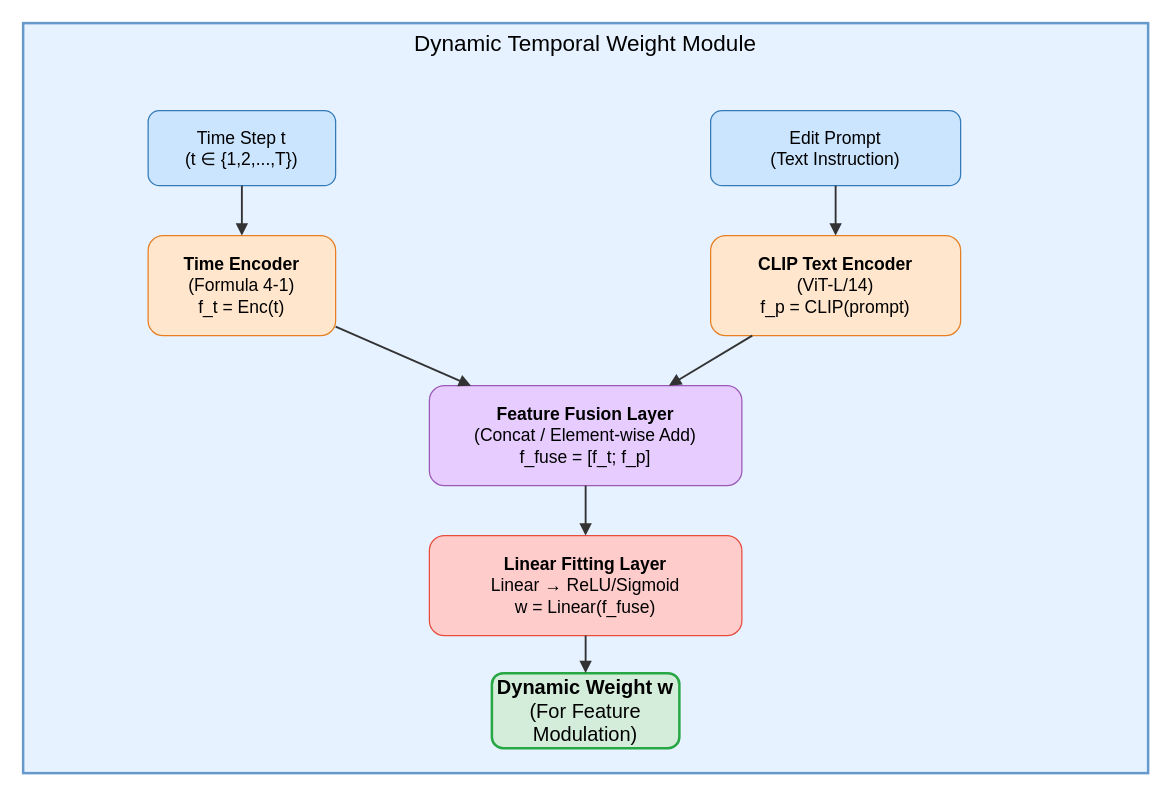
This is drawio/动态时序权重模块.drawio from Sinon0919/SwartArt, a draw.io file, before an edit. Source tidied: cells renumbered, new cells numbered last; positions are measured from the earlier drawing's top-left corner, leaving out a move shared by most shapes. Both pictures are drawn from the tidied source at 125%, with x=0, y=0 at pixel (22, 22).
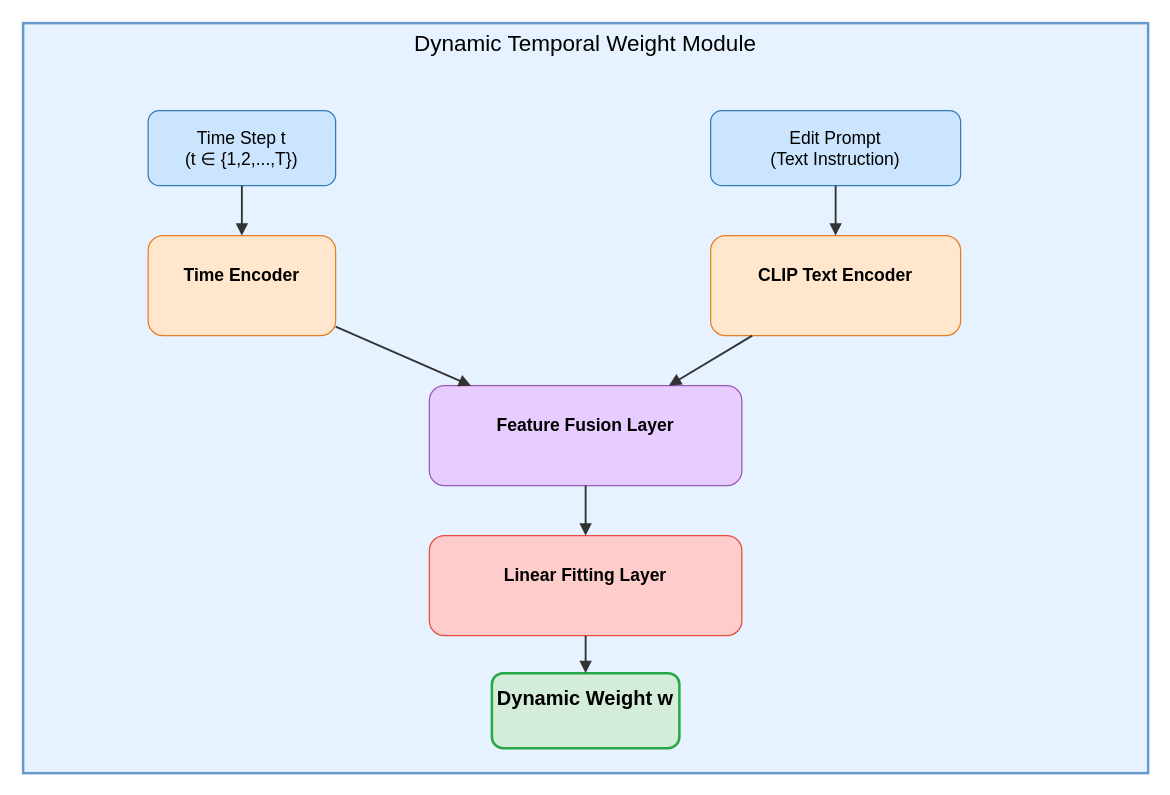
After the change.

Commit message:
更新动态时序权重模块.drawio

What changed in the source:
```diff
@@
 <mxGraphModel>
   <root>
     <mxCell id="0" />
     <mxCell id="1" parent="0" />
     <mxCell id="2" value="Dynamic Temporal Weight Module" style="rounded=0;whiteSpace=wrap;html=1;fillColor=#e6f2ff;strokeColor=#6699cc;strokeWidth=2;align=center;verticalAlign=top;fontSize=18;fontFamily=Arial;" parent="1" vertex="1">
       <mxGeometry width="900" height="600" as="geometry" />
     </mxCell>
     <mxCell id="3" value="Time Step t&lt;br&gt;(t ∈ {1,2,...,T})" style="rounded=1;whiteSpace=wrap;html=1;fillColor=#cce5ff;strokeColor=#337ab7;strokeWidth=1;align=center;verticalAlign=middle;fontSize=14;" parent="1" vertex="1">
       <mxGeometry x="100" y="70" width="150" height="60" as="geometry" />
     </mxCell>
     <mxCell id="4" value="Edit Prompt&lt;br&gt;(Text Instruction)" style="rounded=1;whiteSpace=wrap;html=1;fillColor=#cce5ff;strokeColor=#337ab7;strokeWidth=1;align=center;verticalAlign=middle;fontSize=14;" parent="1" vertex="1">
       <mxGeometry x="550" y="70" width="200" height="60" as="geometry" />
     </mxCell>
-    <mxCell id="5" value="&lt;b&gt;Time Encoder&lt;/b&gt;&lt;br&gt;(Formula 4-1)&lt;br&gt;f_t = Enc(t)" style="rounded=1;whiteSpace=wrap;html=1;fillColor=#ffe6cc;strokeColor=#e67e22;strokeWidth=1;align=center;verticalAlign=middle;fontSize=14;" parent="1" vertex="1">
+    <mxCell id="5" value="&lt;b&gt;Time Encoder&lt;/b&gt;&lt;div&gt;&lt;br/&gt;&lt;/div&gt;" style="rounded=1;whiteSpace=wrap;html=1;fillColor=#ffe6cc;strokeColor=#e67e22;strokeWidth=1;align=center;verticalAlign=middle;fontSize=14;" parent="1" vertex="1">
       <mxGeometry x="100" y="170" width="150" height="80" as="geometry" />
     </mxCell>
-    <mxCell id="6" value="&lt;b&gt;CLIP Text Encoder&lt;/b&gt;&lt;br&gt;(ViT-L/14)&lt;br&gt;f_p = CLIP(prompt)" style="rounded=1;whiteSpace=wrap;html=1;fillColor=#ffe6cc;strokeColor=#e67e22;strokeWidth=1;align=center;verticalAlign=middle;fontSize=14;" parent="1" vertex="1">
+    <mxCell id="6" value="&lt;b&gt;CLIP Text Encoder&lt;/b&gt;&lt;div&gt;&lt;br/&gt;&lt;/div&gt;" style="rounded=1;whiteSpace=wrap;html=1;fillColor=#ffe6cc;strokeColor=#e67e22;strokeWidth=1;align=center;verticalAlign=middle;fontSize=14;" parent="1" vertex="1">
       <mxGeometry x="550" y="170" width="200" height="80" as="geometry" />
     </mxCell>
-    <mxCell id="7" value="&lt;b&gt;Feature Fusion Layer&lt;/b&gt;&lt;br&gt;(Concat / Element-wise Add)&lt;br&gt;f_fuse = [f_t; f_p]" style="rounded=1;whiteSpace=wrap;html=1;fillColor=#e6ccff;strokeColor=#9b59b6;strokeWidth=1;align=center;verticalAlign=middle;fontSize=14;" parent="1" vertex="1">
+    <mxCell id="7" value="&lt;b&gt;Feature Fusion Layer&lt;/b&gt;&lt;div&gt;&lt;br/&gt;&lt;/div&gt;" style="rounded=1;whiteSpace=wrap;html=1;fillColor=#e6ccff;strokeColor=#9b59b6;strokeWidth=1;align=center;verticalAlign=middle;fontSize=14;" parent="1" vertex="1">
       <mxGeometry x="325" y="290" width="250" height="80" as="geometry" />
     </mxCell>
-    <mxCell id="8" value="&lt;b&gt;Linear Fitting Layer&lt;/b&gt;&lt;br&gt;Linear → ReLU/Sigmoid&lt;br&gt;w = Linear(f_fuse)" style="rounded=1;whiteSpace=wrap;html=1;fillColor=#ffcccc;strokeColor=#e74c3c;strokeWidth=1;align=center;verticalAlign=middle;fontSize=14;" parent="1" vertex="1">
+    <mxCell id="8" value="&lt;b&gt;Linear Fitting Layer&lt;/b&gt;&lt;div&gt;&lt;br/&gt;&lt;/div&gt;" style="rounded=1;whiteSpace=wrap;html=1;fillColor=#ffcccc;strokeColor=#e74c3c;strokeWidth=1;align=center;verticalAlign=middle;fontSize=14;" parent="1" vertex="1">
       <mxGeometry x="325" y="410" width="250" height="80" as="geometry" />
     </mxCell>
-    <mxCell id="9" value="&lt;b&gt;Dynamic Weight w&lt;/b&gt;&lt;br&gt;(For Feature Modulation)" style="rounded=1;whiteSpace=wrap;html=1;fillColor=#d4edda;strokeColor=#28a745;strokeWidth=2;align=center;verticalAlign=middle;fontSize=16;fontWeight=bold;" parent="1" vertex="1">
+    <mxCell id="9" value="&lt;b&gt;Dynamic Weight w&lt;/b&gt;&lt;div&gt;&lt;br/&gt;&lt;/div&gt;" style="rounded=1;whiteSpace=wrap;html=1;fillColor=#d4edda;strokeColor=#28a745;strokeWidth=2;align=center;verticalAlign=middle;fontSize=16;fontWeight=bold;" parent="1" vertex="1">
       <mxGeometry x="375" y="520" width="150" height="60" as="geometry" />
     </mxCell>
     <mxCell id="10" style="endArrow=block;html=1;strokeColor=#333;strokeWidth=1.5;" parent="1" edge="1" source="3" target="5">
       <mxGeometry relative="1" as="geometry" />
     </mxCell>
     <mxCell id="11" style="endArrow=block;html=1;strokeColor=#333;strokeWidth=1.5;" parent="1" edge="1" source="4" target="6">
       <mxGeometry relative="1" as="geometry" />
     </mxCell>
     <mxCell id="12" style="endArrow=block;html=1;strokeColor=#333;strokeWidth=1.5;" parent="1" edge="1" source="5" target="7">
       <mxGeometry relative="1" as="geometry" />
     </mxCell>
     <mxCell id="13" style="endArrow=block;html=1;strokeColor=#333;strokeWidth=1.5;" parent="1" edge="1" source="6" target="7">
       <mxGeometry relative="1" as="geometry" />
     </mxCell>
     <mxCell id="14" style="endArrow=block;html=1;strokeColor=#333;strokeWidth=1.5;" parent="1" edge="1" source="7" target="8">
       <mxGeometry relative="1" as="geometry" />
     </mxCell>
     <mxCell id="15" style="endArrow=block;html=1;strokeColor=#333;strokeWidth=1.5;" parent="1" edge="1" source="8" target="9">
       <mxGeometry relative="1" as="geometry" />
     </mxCell>
   </root>
 </mxGraphModel>
```
